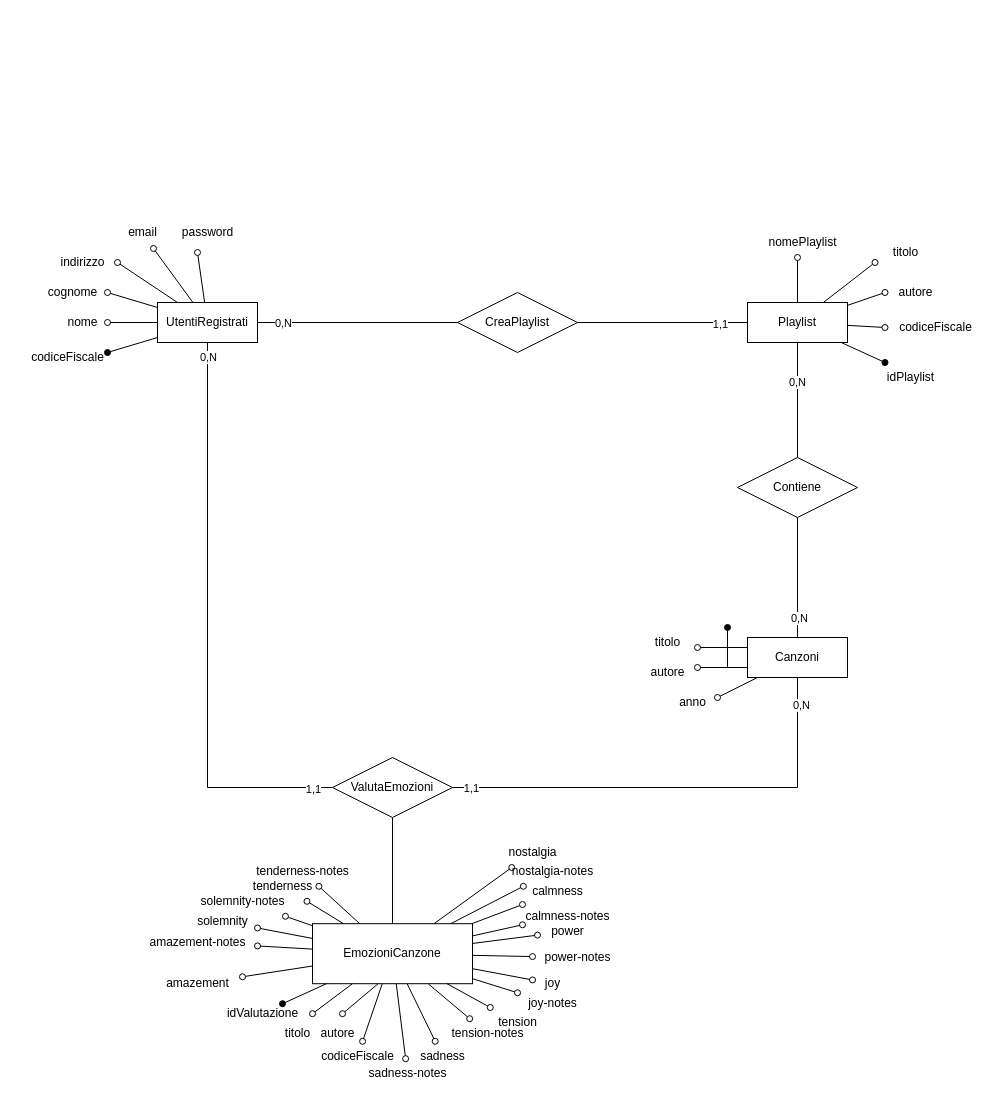
This is DiagrammiER/UtentiRegistrati.drawio from Cacciaa/LaboratorioB, a draw.io file, before an edit. Source tidied: cells renumbered, new cells numbered last; positions are measured from the earlier drawing's top-left corner, leaving out a move shared by most shapes. Both pictures are drawn from the tidied source at 100%, with x=0, y=0 at pixel (17, 217).
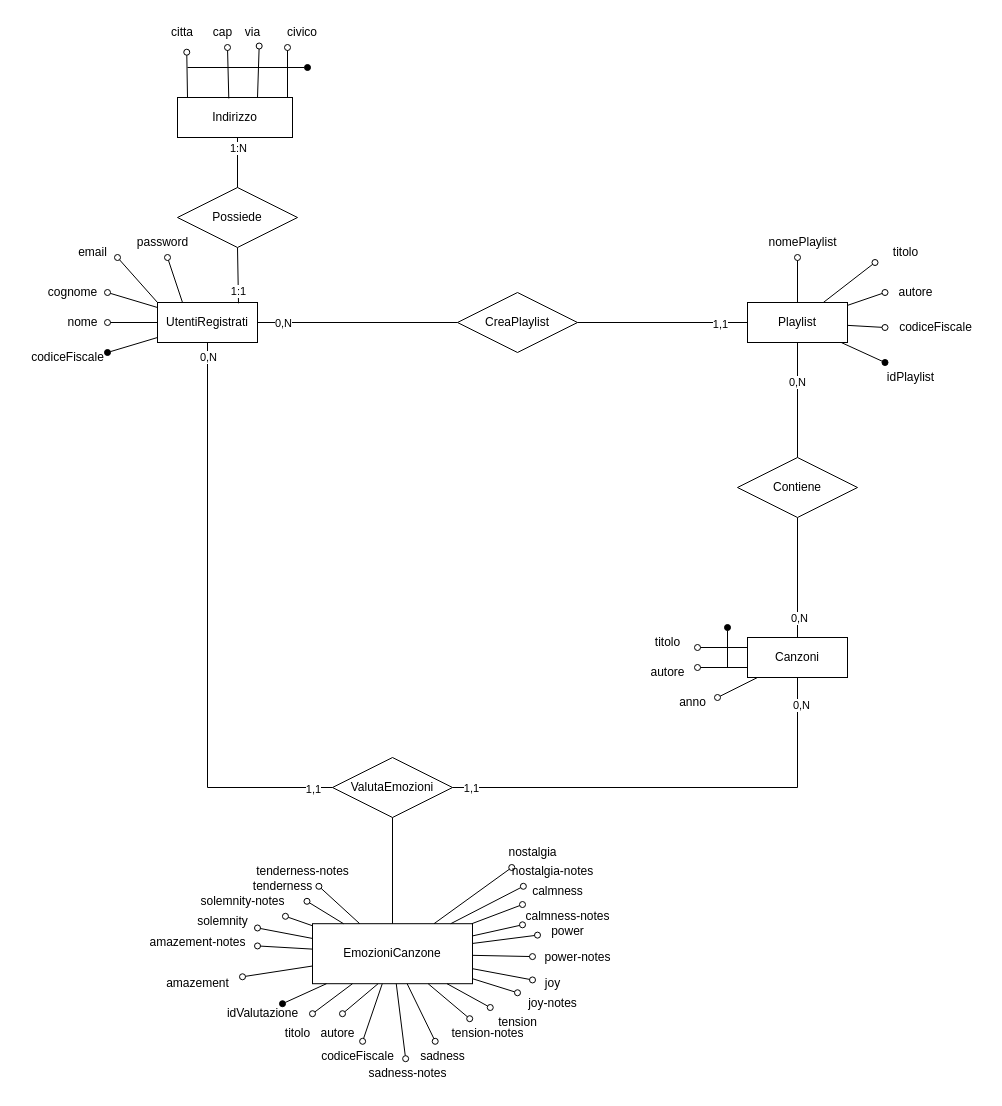
After the change.

Unchanged cells that the change refers to:
```xml
<mxCell id="2" value="UtentiRegistrati" style="whiteSpace=wrap;html=1;align=center;" parent="1" vertex="1">
  <mxGeometry x="140" y="85" width="100" height="40" as="geometry" />
</mxCell>
```

What changed in the source:
```diff
@@
-    <mxCell id="9" style="endArrow=none;html=1;rounded=0;startArrow=oval;startFill=0;" parent="1" edge="1" target="2">
-      <mxGeometry relative="1" as="geometry">
-        <mxPoint x="100" y="45" as="sourcePoint" />
-      </mxGeometry>
-    </mxCell>
-    <mxCell id="10" style="endArrow=none;html=1;rounded=0;startArrow=oval;startFill=0;exitX=0.72;exitY=1.033;exitDx=0;exitDy=0;exitPerimeter=0;" parent="1" edge="1" source="16" target="2">
-      <mxGeometry relative="1" as="geometry" />
-    </mxCell>
-    <mxCell id="11" style="endArrow=none;html=1;rounded=0;startArrow=oval;startFill=0;" parent="1" edge="1" target="2">
+    <mxCell id="11" style="endArrow=none;html=1;rounded=0;startArrow=oval;startFill=0;entryX=0.25;entryY=0;entryDx=0;entryDy=0;" parent="1" edge="1" target="2">
       <mxGeometry relative="1" as="geometry">
-        <mxPoint x="180" y="35" as="sourcePoint" />
+        <mxPoint x="150" y="40" as="sourcePoint" />
       </mxGeometry>
     </mxCell>
@@
-    <mxCell id="15" value="indirizzo" style="text;html=1;align=center;verticalAlign=middle;strokeColor=none;fillColor=none;" parent="1" vertex="1">
-      <mxGeometry x="30" y="30" width="70" height="30" as="geometry" />
-    </mxCell>
     <mxCell id="16" value="email" style="text;html=1;align=center;verticalAlign=middle;points=[];strokeColor=none;fillColor=none;" parent="1" vertex="1">
-      <mxGeometry x="100" width="50" height="30" as="geometry" />
+      <mxGeometry x="50" y="20" width="50" height="30" as="geometry" />
     </mxCell>
     <mxCell id="17" value="password" style="text;html=1;align=center;verticalAlign=middle;strokeColor=none;fillColor=none;" parent="1" vertex="1">
-      <mxGeometry x="155" width="70" height="30" as="geometry" />
+      <mxGeometry x="110" y="10" width="70" height="30" as="geometry" />
     </mxCell>
@@
+    <mxCell id="97" style="endArrow=none;html=1;rounded=0;startArrow=oval;startFill=0;" parent="1" edge="1">
+      <mxGeometry relative="1" as="geometry">
+        <mxPoint x="100" y="40" as="sourcePoint" />
+        <mxPoint x="140" y="85" as="targetPoint" />
+      </mxGeometry>
+    </mxCell>
+    <mxCell id="98" value="Indirizzo" style="rounded=0;whiteSpace=wrap;html=1;" parent="1" vertex="1">
+      <mxGeometry x="160" y="-120" width="115" height="40" as="geometry" />
+    </mxCell>
+    <mxCell id="99" style="endArrow=none;html=1;rounded=0;exitX=0.81;exitY=0.019;exitDx=0;exitDy=0;exitPerimeter=0;" parent="1" edge="1" source="2">
+      <mxGeometry relative="1" as="geometry">
+        <mxPoint x="220" y="30" as="targetPoint" />
+      </mxGeometry>
+    </mxCell>
+    <mxCell id="100" value="1:1" style="edgeLabel;html=1;align=center;verticalAlign=middle;" parent="99" vertex="1">
+      <mxGeometry x="-0.58" relative="1" as="geometry" />
+    </mxCell>
+    <mxCell id="101" value="Possiede" style="rhombus;whiteSpace=wrap;html=1;" parent="1" vertex="1">
+      <mxGeometry x="160" y="-30" width="120" height="60" as="geometry" />
+    </mxCell>
+    <mxCell id="102" style="endArrow=none;html=1;rounded=0;exitX=0.5;exitY=0;exitDx=0;exitDy=0;" parent="1" edge="1" source="101">
+      <mxGeometry relative="1" as="geometry">
+        <mxPoint x="220" y="-80" as="targetPoint" />
+      </mxGeometry>
+    </mxCell>
+    <mxCell id="103" value="1:N" style="edgeLabel;html=1;align=center;verticalAlign=middle;" parent="102" vertex="1">
+      <mxGeometry x="0.58" y="-2" relative="1" as="geometry">
+        <mxPoint x="-2" as="offset" />
+      </mxGeometry>
+    </mxCell>
+    <mxCell id="104" style="endArrow=oval;html=1;rounded=0;startArrow=none;startFill=0;endFill=0;entryX=0.571;entryY=1.157;entryDx=0;entryDy=0;entryPerimeter=0;" parent="1" edge="1" target="106">
+      <mxGeometry relative="1" as="geometry">
+        <mxPoint x="170" y="-120" as="sourcePoint" />
+      </mxGeometry>
+    </mxCell>
+    <mxCell id="105" style="endArrow=oval;html=1;rounded=0;startArrow=none;startFill=0;endFill=0;exitX=0.446;exitY=0.023;exitDx=0;exitDy=0;exitPerimeter=0;" parent="1" edge="1" source="98">
+      <mxGeometry relative="1" as="geometry">
+        <mxPoint x="210" y="-170" as="targetPoint" />
+      </mxGeometry>
+    </mxCell>
+    <mxCell id="106" value="citta" style="text;html=1;strokeColor=none;fillColor=none;align=center;verticalAlign=middle;whiteSpace=wrap;rounded=0;" parent="1" vertex="1">
+      <mxGeometry x="135" y="-200" width="60" height="30" as="geometry" />
+    </mxCell>
+    <mxCell id="107" value="cap" style="text;html=1;align=center;verticalAlign=middle;strokeColor=none;fillColor=none;" parent="1" vertex="1">
+      <mxGeometry x="185" y="-200" width="40" height="30" as="geometry" />
+    </mxCell>
+    <mxCell id="108" value="via" style="text;html=1;align=center;verticalAlign=middle;points=[];strokeColor=none;fillColor=none;" parent="1" vertex="1">
+      <mxGeometry x="215" y="-200" width="40" height="30" as="geometry" />
+    </mxCell>
+    <mxCell id="109" style="endArrow=oval;html=1;rounded=0;endFill=0;entryX=0.667;entryY=0.951;entryDx=0;entryDy=0;entryPerimeter=0;" parent="1" edge="1" target="108">
+      <mxGeometry relative="1" as="geometry">
+        <mxPoint x="240" y="-120" as="sourcePoint" />
+      </mxGeometry>
+    </mxCell>
+    <mxCell id="110" style="endArrow=oval;html=1;rounded=0;entryX=0.25;entryY=1;entryDx=0;entryDy=0;endFill=0;" parent="1" edge="1" target="111">
+      <mxGeometry relative="1" as="geometry">
+        <mxPoint x="270" y="-120" as="sourcePoint" />
+      </mxGeometry>
+    </mxCell>
+    <mxCell id="111" value="civico" style="text;html=1;strokeColor=none;fillColor=none;align=center;verticalAlign=middle;whiteSpace=wrap;rounded=0;" parent="1" vertex="1">
+      <mxGeometry x="255" y="-200" width="60" height="30" as="geometry" />
+    </mxCell>
+    <mxCell id="112" style="endArrow=oval;html=1;rounded=0;endFill=1;" parent="1" edge="1">
+      <mxGeometry relative="1" as="geometry">
+        <mxPoint x="170" y="-150" as="sourcePoint" />
+        <mxPoint x="290" y="-150" as="targetPoint" />
+      </mxGeometry>
+    </mxCell>
```
